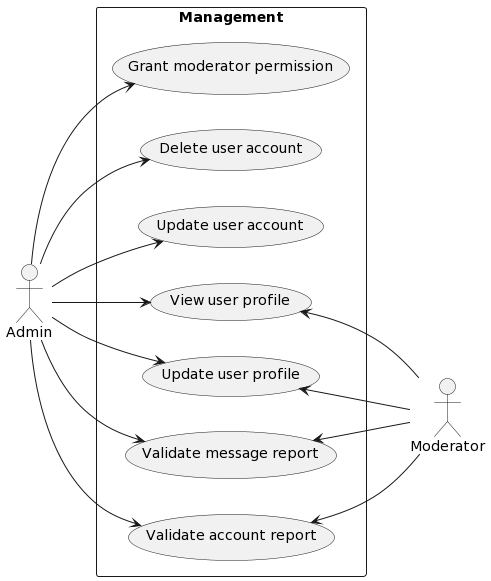
Earlier version of the PlantUML export Lab1/Lab1.2/usecase_diagram/use_case_management.png (dkdeptrai/SE357-Practice_Class). The source it was exported from:
```plantuml
@startuml
:Moderator: as mod
:Admin: as ad

left to right direction
rectangle Management {
  (Grant moderator permission) as grantPermission
  (Delete user account) as deleteAccount
  (Update user account) as updateAccount
  (View user profile) as viewProfile
  (Update user profile) as updateProfile
  (Validate message report) as validateMessage
  (Validate account report) as validateAccount
}

ad --> grantPermission
ad --> deleteAccount
ad --> updateAccount
ad --> viewProfile
ad --> updateProfile
ad --> validateMessage
ad --> validateAccount

viewProfile <-- mod
updateProfile <-- mod
validateMessage <-- mod
validateAccount <-- mod
@enduml
```
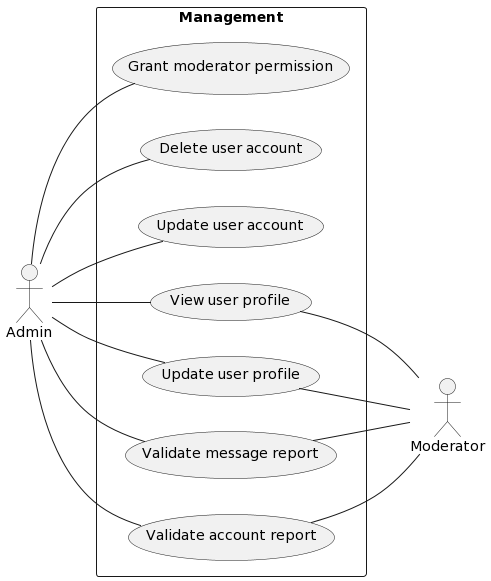
After the change.

Commit message:
chore: remove arrows in use case diagram

The edit, as a diff of the source:
```diff
@@ -13,16 +13,16 @@
   (Validate account report) as validateAccount
 }
 
-ad --> grantPermission
-ad --> deleteAccount
-ad --> updateAccount
-ad --> viewProfile
-ad --> updateProfile
-ad --> validateMessage
-ad --> validateAccount
+ad -- grantPermission
+ad -- deleteAccount
+ad -- updateAccount
+ad -- viewProfile
+ad -- updateProfile
+ad -- validateMessage
+ad -- validateAccount
 
-viewProfile <-- mod
-updateProfile <-- mod
-validateMessage <-- mod
-validateAccount <-- mod
+viewProfile -- mod
+updateProfile -- mod
+validateMessage -- mod
+validateAccount -- mod
 @enduml
```
